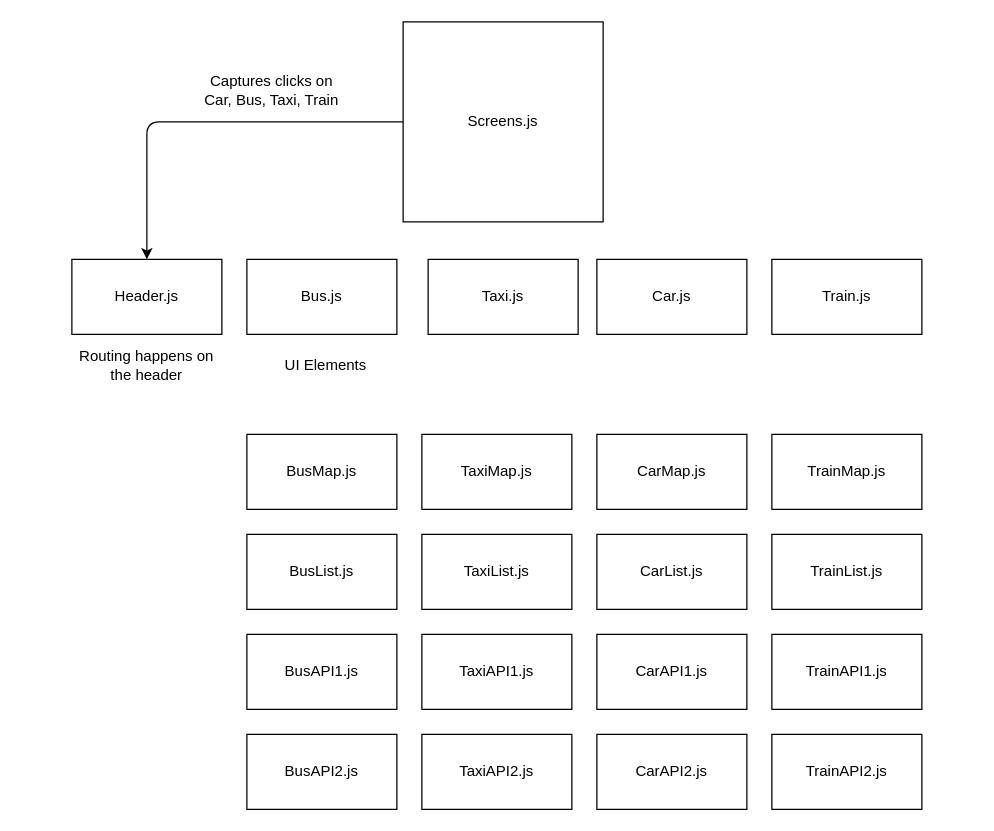
Above: src/Plan.drawio in SDI535/SgGaiGai (draw.io), before the change. Source tidied: cells renumbered, new cells numbered last; positions are measured from the earlier drawing's top-left corner, leaving out a move shared by most shapes. Both pictures are drawn from the tidied source at 125%, with x=0, y=0 at pixel (71, 21).
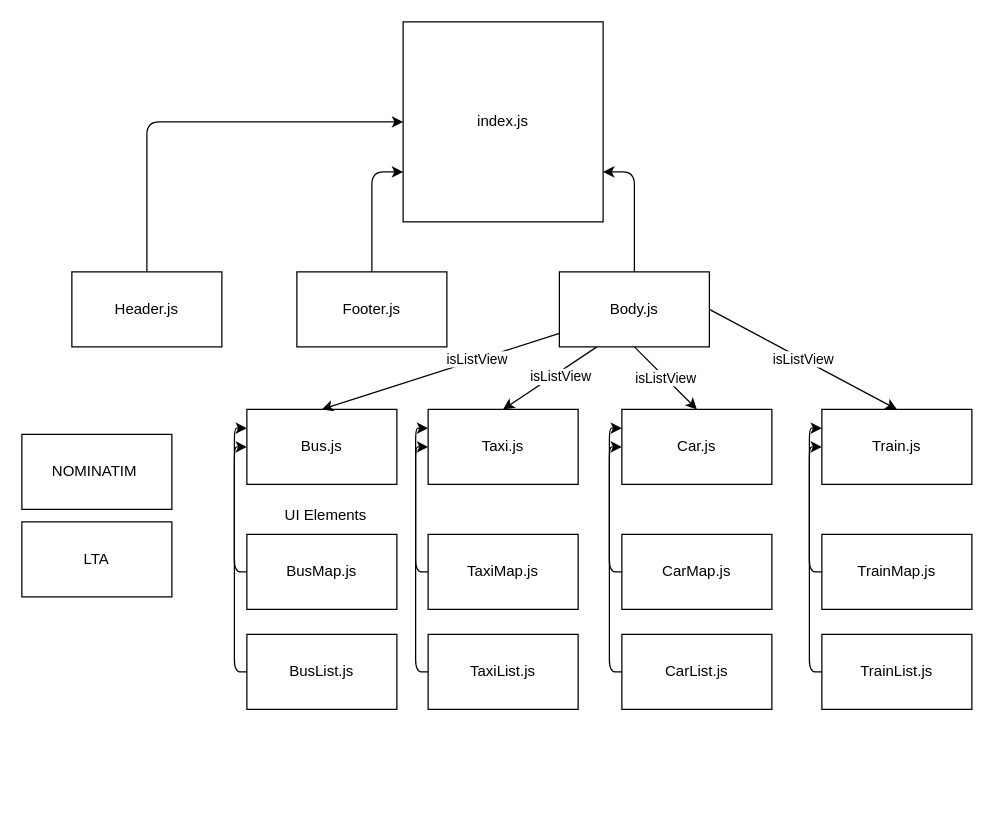
Above is the later version.

What changed in the source:
```diff
@@
-    <mxCell id="2" value="Screens.js" style="whiteSpace=wrap;html=1;" parent="1" vertex="1">
+    <mxCell id="2" value="index.js" style="whiteSpace=wrap;html=1;" parent="1" vertex="1">
       <mxGeometry x="265" width="160" height="160" as="geometry" />
     </mxCell>
+    <mxCell id="28" style="edgeStyle=orthogonalEdgeStyle;html=1;exitX=0.5;exitY=0;exitDx=0;exitDy=0;entryX=0;entryY=0.5;entryDx=0;entryDy=0;" parent="1" edge="1" source="3" target="2">
+      <mxGeometry relative="1" as="geometry" />
+    </mxCell>
     <mxCell id="3" value="Header.js" style="rounded=0;whiteSpace=wrap;html=1;" parent="1" vertex="1">
-      <mxGeometry y="190" width="120" height="60" as="geometry" />
+      <mxGeometry y="200" width="120" height="60" as="geometry" />
     </mxCell>
+    <mxCell id="29" style="edgeStyle=orthogonalEdgeStyle;html=1;exitX=0;exitY=0.5;exitDx=0;exitDy=0;entryX=0;entryY=0.5;entryDx=0;entryDy=0;" parent="1" edge="1" source="4" target="22">
+      <mxGeometry relative="1" as="geometry" />
+    </mxCell>
     <mxCell id="4" value="BusMap.js" style="rounded=0;whiteSpace=wrap;html=1;" parent="1" vertex="1">
-      <mxGeometry x="140" y="330" width="120" height="60" as="geometry" />
+      <mxGeometry x="140" y="410" width="120" height="60" as="geometry" />
     </mxCell>
+    <mxCell id="30" style="edgeStyle=orthogonalEdgeStyle;html=1;exitX=0;exitY=0.5;exitDx=0;exitDy=0;entryX=0;entryY=0.5;entryDx=0;entryDy=0;" parent="1" edge="1" source="5" target="23">
+      <mxGeometry relative="1" as="geometry" />
+    </mxCell>
     <mxCell id="5" value="TaxiMap.js" style="rounded=0;whiteSpace=wrap;html=1;" parent="1" vertex="1">
-      <mxGeometry x="280" y="330" width="120" height="60" as="geometry" />
+      <mxGeometry x="285" y="410" width="120" height="60" as="geometry" />
     </mxCell>
+    <mxCell id="31" style="edgeStyle=orthogonalEdgeStyle;html=1;exitX=0;exitY=0.5;exitDx=0;exitDy=0;entryX=0;entryY=0.5;entryDx=0;entryDy=0;" parent="1" edge="1" source="6" target="24">
+      <mxGeometry relative="1" as="geometry" />
+    </mxCell>
     <mxCell id="6" value="CarMap.js" style="rounded=0;whiteSpace=wrap;html=1;" parent="1" vertex="1">
-      <mxGeometry x="420" y="330" width="120" height="60" as="geometry" />
+      <mxGeometry x="440" y="410" width="120" height="60" as="geometry" />
     </mxCell>
+    <mxCell id="32" style="edgeStyle=orthogonalEdgeStyle;html=1;exitX=0;exitY=0.5;exitDx=0;exitDy=0;entryX=0;entryY=0.5;entryDx=0;entryDy=0;" parent="1" edge="1" source="7" target="25">
+      <mxGeometry relative="1" as="geometry" />
+    </mxCell>
     <mxCell id="7" value="TrainMap.js" style="rounded=0;whiteSpace=wrap;html=1;" parent="1" vertex="1">
-      <mxGeometry x="560" y="330" width="120" height="60" as="geometry" />
+      <mxGeometry x="600" y="410" width="120" height="60" as="geometry" />
     </mxCell>
+    <mxCell id="33" style="edgeStyle=orthogonalEdgeStyle;html=1;exitX=0;exitY=0.5;exitDx=0;exitDy=0;entryX=0;entryY=0.25;entryDx=0;entryDy=0;" parent="1" edge="1" source="8" target="22">
+      <mxGeometry relative="1" as="geometry" />
+    </mxCell>
     <mxCell id="8" value="BusList.js" style="rounded=0;whiteSpace=wrap;html=1;" parent="1" vertex="1">
-      <mxGeometry x="140" y="410" width="120" height="60" as="geometry" />
+      <mxGeometry x="140" y="490" width="120" height="60" as="geometry" />
     </mxCell>
+    <mxCell id="34" style="edgeStyle=orthogonalEdgeStyle;html=1;exitX=0;exitY=0.5;exitDx=0;exitDy=0;entryX=0;entryY=0.25;entryDx=0;entryDy=0;" parent="1" edge="1" source="9" target="23">
+      <mxGeometry relative="1" as="geometry" />
+    </mxCell>
     <mxCell id="9" value="TaxiList.js" style="rounded=0;whiteSpace=wrap;html=1;" parent="1" vertex="1">
-      <mxGeometry x="280" y="410" width="120" height="60" as="geometry" />
+      <mxGeometry x="285" y="490" width="120" height="60" as="geometry" />
     </mxCell>
+    <mxCell id="35" style="edgeStyle=orthogonalEdgeStyle;html=1;entryX=0;entryY=0.25;entryDx=0;entryDy=0;exitX=0;exitY=0.5;exitDx=0;exitDy=0;" parent="1" edge="1" source="10" target="24">
+      <mxGeometry relative="1" as="geometry" />
+    </mxCell>
     <mxCell id="10" value="CarList.js" style="rounded=0;whiteSpace=wrap;html=1;" parent="1" vertex="1">
-      <mxGeometry x="420" y="410" width="120" height="60" as="geometry" />
+      <mxGeometry x="440" y="490" width="120" height="60" as="geometry" />
     </mxCell>
+    <mxCell id="36" style="edgeStyle=orthogonalEdgeStyle;html=1;exitX=0;exitY=0.5;exitDx=0;exitDy=0;entryX=0;entryY=0.25;entryDx=0;entryDy=0;" parent="1" edge="1" source="11" target="25">
+      <mxGeometry relative="1" as="geometry" />
+    </mxCell>
     <mxCell id="11" value="TrainList.js" style="rounded=0;whiteSpace=wrap;html=1;" parent="1" vertex="1">
-      <mxGeometry x="560" y="410" width="120" height="60" as="geometry" />
+      <mxGeometry x="600" y="490" width="120" height="60" as="geometry" />
     </mxCell>
-    <mxCell id="12" value="BusAPI1.js" style="rounded=0;whiteSpace=wrap;html=1;" parent="1" vertex="1">
-      <mxGeometry x="140" y="490" width="120" height="60" as="geometry" />
+    <mxCell id="12" value="NOMINATIM&amp;nbsp;" style="rounded=0;whiteSpace=wrap;html=1;" parent="1" vertex="1">
+      <mxGeometry x="-40" y="330" width="120" height="60" as="geometry" />
     </mxCell>
-    <mxCell id="13" value="TaxiAPI1.js" style="rounded=0;whiteSpace=wrap;html=1;" parent="1" vertex="1">
-      <mxGeometry x="280" y="490" width="120" height="60" as="geometry" />
-    </mxCell>
-    <mxCell id="14" value="CarAPI1.js" style="rounded=0;whiteSpace=wrap;html=1;" parent="1" vertex="1">
-      <mxGeometry x="420" y="490" width="120" height="60" as="geometry" />
-    </mxCell>
-    <mxCell id="15" value="TrainAPI1.js" style="rounded=0;whiteSpace=wrap;html=1;" parent="1" vertex="1">
-      <mxGeometry x="560" y="490" width="120" height="60" as="geometry" />
-    </mxCell>
-    <mxCell id="16" value="BusAPI2.js" style="rounded=0;whiteSpace=wrap;html=1;" parent="1" vertex="1">
-      <mxGeometry x="140" y="570" width="120" height="60" as="geometry" />
-    </mxCell>
-    <mxCell id="17" value="TaxiAPI2.js" style="rounded=0;whiteSpace=wrap;html=1;" parent="1" vertex="1">
-      <mxGeometry x="280" y="570" width="120" height="60" as="geometry" />
-    </mxCell>
-    <mxCell id="18" value="CarAPI2.js" style="rounded=0;whiteSpace=wrap;html=1;" parent="1" vertex="1">
-      <mxGeometry x="420" y="570" width="120" height="60" as="geometry" />
-    </mxCell>
-    <mxCell id="19" value="TrainAPI2.js" style="rounded=0;whiteSpace=wrap;html=1;" parent="1" vertex="1">
-      <mxGeometry x="560" y="570" width="120" height="60" as="geometry" />
-    </mxCell>
-    <mxCell id="20" style="endArrow=classic;html=1;entryX=0.5;entryY=0;entryDx=0;entryDy=0;exitX=0;exitY=0.5;exitDx=0;exitDy=0;" parent="1" edge="1" source="2" target="3">
-      <mxGeometry relative="1" as="geometry">
-        <Array as="points">
-          <mxPoint x="60" y="80" />
-        </Array>
-      </mxGeometry>
-    </mxCell>
-    <mxCell id="21" value="Routing happens on the header" style="text;html=1;strokeColor=none;fillColor=none;align=center;verticalAlign=middle;whiteSpace=wrap;rounded=0;" parent="1" vertex="1">
-      <mxGeometry y="260" width="120" height="30" as="geometry" />
-    </mxCell>
     <mxCell id="22" value="Bus.js" style="rounded=0;whiteSpace=wrap;html=1;" parent="1" vertex="1">
-      <mxGeometry x="140" y="190" width="120" height="60" as="geometry" />
+      <mxGeometry x="140" y="310" width="120" height="60" as="geometry" />
     </mxCell>
     <mxCell id="23" value="Taxi.js" style="rounded=0;whiteSpace=wrap;html=1;" parent="1" vertex="1">
-      <mxGeometry x="285" y="190" width="120" height="60" as="geometry" />
+      <mxGeometry x="285" y="310" width="120" height="60" as="geometry" />
     </mxCell>
     <mxCell id="24" value="Car.js" style="rounded=0;whiteSpace=wrap;html=1;" parent="1" vertex="1">
-      <mxGeometry x="420" y="190" width="120" height="60" as="geometry" />
+      <mxGeometry x="440" y="310" width="120" height="60" as="geometry" />
     </mxCell>
     <mxCell id="25" value="Train.js" style="rounded=0;whiteSpace=wrap;html=1;" parent="1" vertex="1">
-      <mxGeometry x="560" y="190" width="120" height="60" as="geometry" />
+      <mxGeometry x="600" y="310" width="120" height="60" as="geometry" />
     </mxCell>
     <mxCell id="26" value="UI Elements&amp;nbsp;" style="text;html=1;strokeColor=none;fillColor=none;align=center;verticalAlign=middle;whiteSpace=wrap;rounded=0;" parent="1" vertex="1">
-      <mxGeometry x="145" y="260" width="120" height="30" as="geometry" />
+      <mxGeometry x="145" y="380" width="120" height="30" as="geometry" />
     </mxCell>
-    <mxCell id="27" value="Captures clicks on Car, Bus, Taxi, Train" style="text;html=1;strokeColor=none;fillColor=none;align=center;verticalAlign=middle;whiteSpace=wrap;rounded=0;" parent="1" vertex="1">
-      <mxGeometry x="100" y="40" width="120" height="30" as="geometry" />
-    </mxCell>
+    <mxCell id="37" value="LTA" style="rounded=0;whiteSpace=wrap;html=1;" parent="1" vertex="1">
+      <mxGeometry x="-40" y="400" width="120" height="60" as="geometry" />
+    </mxCell>
+    <mxCell id="38" style="edgeStyle=orthogonalEdgeStyle;html=1;exitX=0.5;exitY=0;exitDx=0;exitDy=0;entryX=0;entryY=0.75;entryDx=0;entryDy=0;" parent="1" edge="1" source="39" target="2">
+      <mxGeometry relative="1" as="geometry" />
+    </mxCell>
+    <mxCell id="39" value="Footer.js" style="rounded=0;whiteSpace=wrap;html=1;" parent="1" vertex="1">
+      <mxGeometry x="180" y="200" width="120" height="60" as="geometry" />
+    </mxCell>
+    <mxCell id="40" style="edgeStyle=none;html=1;entryX=0.5;entryY=0;entryDx=0;entryDy=0;" parent="1" edge="1" source="47" target="22">
+      <mxGeometry relative="1" as="geometry" />
+    </mxCell>
+    <mxCell id="41" value="isListView" style="edgeLabel;html=1;align=center;verticalAlign=middle;" parent="40" vertex="1">
+      <mxGeometry x="-0.31" y="-1" relative="1" as="geometry" />
+    </mxCell>
+    <mxCell id="42" style="edgeStyle=none;html=1;exitX=0.25;exitY=1;exitDx=0;exitDy=0;entryX=0.5;entryY=0;entryDx=0;entryDy=0;" parent="1" edge="1" source="47" target="23">
+      <mxGeometry relative="1" as="geometry" />
+    </mxCell>
+    <mxCell id="43" value="isListView" style="edgeLabel;html=1;align=center;verticalAlign=middle;" parent="42" vertex="1">
+      <mxGeometry x="-0.15" y="3" relative="1" as="geometry" />
+    </mxCell>
+    <mxCell id="44" value="isListView" style="edgeStyle=none;html=1;exitX=0.5;exitY=1;exitDx=0;exitDy=0;entryX=0.5;entryY=0;entryDx=0;entryDy=0;" parent="1" edge="1" source="47" target="24">
+      <mxGeometry relative="1" as="geometry" />
+    </mxCell>
+    <mxCell id="45" value="isListView" style="edgeStyle=none;html=1;exitX=1;exitY=0.5;exitDx=0;exitDy=0;entryX=0.5;entryY=0;entryDx=0;entryDy=0;" parent="1" edge="1" source="47" target="25">
+      <mxGeometry relative="1" as="geometry" />
+    </mxCell>
+    <mxCell id="46" style="edgeStyle=orthogonalEdgeStyle;html=1;exitX=0.5;exitY=0;exitDx=0;exitDy=0;entryX=1;entryY=0.75;entryDx=0;entryDy=0;" parent="1" edge="1" source="47" target="2">
+      <mxGeometry relative="1" as="geometry" />
+    </mxCell>
+    <mxCell id="47" value="Body.js" style="rounded=0;whiteSpace=wrap;html=1;" parent="1" vertex="1">
+      <mxGeometry x="390" y="200" width="120" height="60" as="geometry" />
+    </mxCell>
```
